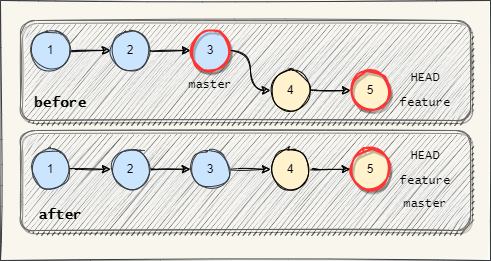
Before: Assets/images/git-merge-fast-forward.png, a diagram exported from draw.io (braboj/tutorial-git). Source tidied: cells renumbered, new cells last; positions are measured from the earlier drawing's top-left corner, leaving out a move shared by most shapes. Source of this version:
```xml
<mxGraphModel>
  <root>
    <mxCell id="0" />
    <mxCell id="1" parent="0" />
    <mxCell id="2" style="rounded=0;whiteSpace=wrap;html=1;sketch=1;fillStyle=solid;fontFamily=Lucida Console;strokeColor=#36393d;fillColor=#f9f7ed;" parent="1" vertex="1">
      <mxGeometry width="490" height="260" as="geometry" />
    </mxCell>
    <mxCell id="3" style="rounded=1;whiteSpace=wrap;html=1;sketch=1;fillStyle=zigzag;fillColor=#f5f5f5;fontColor=#333333;strokeColor=#666666;shadow=1;" parent="1" vertex="1">
      <mxGeometry x="20" y="130" width="450" height="100" as="geometry" />
    </mxCell>
    <mxCell id="4" style="rounded=1;whiteSpace=wrap;html=1;sketch=1;fillStyle=zigzag;fillColor=#f5f5f5;fontColor=#333333;strokeColor=#666666;shadow=1;" parent="1" vertex="1">
      <mxGeometry x="20" y="20" width="450" height="100" as="geometry" />
    </mxCell>
    <mxCell id="5" style="edgeStyle=orthogonalEdgeStyle;rounded=0;jettySize=auto;html=1;entryX=0;entryY=0.5;entryDx=0;entryDy=0;sketch=1;curved=1;" parent="1" edge="1" source="6" target="8">
      <mxGeometry relative="1" as="geometry" />
    </mxCell>
    <mxCell id="6" value="1" style="ellipse;whiteSpace=wrap;html=1;sketch=1;rounded=0;fillColor=#cce5ff;strokeColor=#36393d;fillStyle=solid;" parent="1" vertex="1">
      <mxGeometry x="30" y="30" width="40" height="40" as="geometry" />
    </mxCell>
    <mxCell id="7" style="edgeStyle=orthogonalEdgeStyle;rounded=0;jettySize=auto;html=1;sketch=1;curved=1;" parent="1" edge="1" source="8" target="10">
      <mxGeometry relative="1" as="geometry" />
    </mxCell>
    <mxCell id="8" value="2" style="ellipse;whiteSpace=wrap;html=1;sketch=1;rounded=0;fillColor=#cce5ff;strokeColor=#36393d;fillStyle=solid;" parent="1" vertex="1">
      <mxGeometry x="110" y="30" width="40" height="40" as="geometry" />
    </mxCell>
    <mxCell id="9" style="edgeStyle=orthogonalEdgeStyle;rounded=0;jettySize=auto;html=1;entryX=0;entryY=0.5;entryDx=0;entryDy=0;sketch=1;curved=1;" parent="1" edge="1" source="10" target="12">
      <mxGeometry relative="1" as="geometry" />
    </mxCell>
    <mxCell id="10" value="3" style="ellipse;whiteSpace=wrap;html=1;sketch=1;rounded=0;fillColor=#cce5ff;strokeColor=#FF3333;fillStyle=solid;strokeWidth=2;shadow=1;" parent="1" vertex="1">
      <mxGeometry x="190" y="30" width="40" height="40" as="geometry" />
    </mxCell>
    <mxCell id="11" style="edgeStyle=orthogonalEdgeStyle;rounded=0;jettySize=auto;html=1;sketch=1;curved=1;" parent="1" edge="1" source="12" target="13">
      <mxGeometry relative="1" as="geometry" />
    </mxCell>
    <mxCell id="12" value="4" style="ellipse;whiteSpace=wrap;html=1;sketch=1;rounded=0;fillColor=#fff2cc;strokeColor=#000000;fillStyle=solid;" parent="1" vertex="1">
      <mxGeometry x="270" y="70" width="40" height="40" as="geometry" />
    </mxCell>
    <mxCell id="13" value="5" style="ellipse;whiteSpace=wrap;html=1;sketch=1;rounded=0;fillColor=#fff2cc;strokeColor=#FF3333;fillStyle=solid;strokeWidth=2;shadow=1;" parent="1" vertex="1">
      <mxGeometry x="350" y="70" width="40" height="40" as="geometry" />
    </mxCell>
    <mxCell id="14" value="master" style="text;html=1;strokeColor=none;fillColor=none;align=center;verticalAlign=middle;whiteSpace=wrap;rounded=0;sketch=1;fontFamily=Lucida Console;" parent="1" vertex="1">
      <mxGeometry x="180" y="70" width="60" height="30" as="geometry" />
    </mxCell>
    <mxCell id="15" value="feature" style="text;html=1;strokeColor=none;fillColor=none;align=center;verticalAlign=middle;whiteSpace=wrap;rounded=0;sketch=1;fontFamily=Lucida Console;" parent="1" vertex="1">
      <mxGeometry x="395" y="87.5" width="60" height="30" as="geometry" />
    </mxCell>
    <mxCell id="16" value="HEAD" style="text;html=1;strokeColor=none;fillColor=none;align=center;verticalAlign=middle;whiteSpace=wrap;rounded=0;sketch=1;fontFamily=Lucida Console;" parent="1" vertex="1">
      <mxGeometry x="395" y="62.5" width="60" height="30" as="geometry" />
    </mxCell>
    <mxCell id="17" style="edgeStyle=orthogonalEdgeStyle;rounded=0;jettySize=auto;html=1;entryX=0;entryY=0.5;entryDx=0;entryDy=0;sketch=1;curved=1;" parent="1" edge="1" source="18" target="20">
      <mxGeometry relative="1" as="geometry" />
    </mxCell>
    <mxCell id="18" value="1" style="ellipse;whiteSpace=wrap;html=1;sketch=1;rounded=0;fillColor=#cce5ff;strokeColor=#36393d;fillStyle=solid;" parent="1" vertex="1">
      <mxGeometry x="30" y="148.8" width="40" height="40" as="geometry" />
    </mxCell>
    <mxCell id="19" style="edgeStyle=orthogonalEdgeStyle;rounded=0;jettySize=auto;html=1;sketch=1;curved=1;" parent="1" edge="1" source="20">
      <mxGeometry relative="1" as="geometry">
        <mxPoint x="190" y="168.8" as="targetPoint" />
      </mxGeometry>
    </mxCell>
    <mxCell id="20" value="2" style="ellipse;whiteSpace=wrap;html=1;sketch=1;rounded=0;fillColor=#cce5ff;strokeColor=#36393d;fillStyle=solid;" parent="1" vertex="1">
      <mxGeometry x="110" y="148.8" width="40" height="40" as="geometry" />
    </mxCell>
    <mxCell id="21" style="edgeStyle=orthogonalEdgeStyle;rounded=0;jettySize=auto;html=1;entryX=0;entryY=0.5;entryDx=0;entryDy=0;sketch=1;curved=1;" parent="1" edge="1" target="23">
      <mxGeometry relative="1" as="geometry">
        <mxPoint x="230" y="168.8" as="sourcePoint" />
      </mxGeometry>
    </mxCell>
    <mxCell id="22" style="edgeStyle=orthogonalEdgeStyle;rounded=0;jettySize=auto;html=1;sketch=1;curved=1;" parent="1" edge="1" source="23" target="24">
      <mxGeometry relative="1" as="geometry" />
    </mxCell>
    <mxCell id="23" value="4" style="ellipse;whiteSpace=wrap;html=1;sketch=1;rounded=0;fillColor=#fff2cc;strokeColor=#000000;fillStyle=solid;" parent="1" vertex="1">
      <mxGeometry x="270" y="148.8" width="40" height="40" as="geometry" />
    </mxCell>
    <mxCell id="24" value="5" style="ellipse;whiteSpace=wrap;html=1;sketch=1;rounded=0;fillColor=#fff2cc;strokeColor=#FF3333;fillStyle=solid;strokeWidth=2;shadow=1;" parent="1" vertex="1">
      <mxGeometry x="350" y="148.8" width="40" height="40" as="geometry" />
    </mxCell>
    <mxCell id="25" value="master" style="text;html=1;strokeColor=none;fillColor=none;align=center;verticalAlign=middle;whiteSpace=wrap;rounded=0;sketch=1;fontFamily=Lucida Console;" parent="1" vertex="1">
      <mxGeometry x="395" y="188.8" width="60" height="30" as="geometry" />
    </mxCell>
    <mxCell id="26" value="feature" style="text;html=1;strokeColor=none;fillColor=none;align=center;verticalAlign=middle;whiteSpace=wrap;rounded=0;sketch=1;fontFamily=Lucida Console;" parent="1" vertex="1">
      <mxGeometry x="395" y="166.2" width="60" height="30" as="geometry" />
    </mxCell>
    <mxCell id="27" value="HEAD" style="text;html=1;strokeColor=none;fillColor=none;align=center;verticalAlign=middle;whiteSpace=wrap;rounded=0;sketch=1;fontFamily=Lucida Console;" parent="1" vertex="1">
      <mxGeometry x="395" y="141.2" width="60" height="30" as="geometry" />
    </mxCell>
    <mxCell id="28" value="3" style="ellipse;whiteSpace=wrap;html=1;sketch=1;rounded=0;fillColor=#cce5ff;strokeColor=#36393d;fillStyle=solid;" parent="1" vertex="1">
      <mxGeometry x="190" y="148.8" width="40" height="40" as="geometry" />
    </mxCell>
    <mxCell id="29" value="before" style="text;html=1;strokeColor=none;fillColor=none;align=center;verticalAlign=middle;whiteSpace=wrap;rounded=0;sketch=1;fillStyle=solid;fontFamily=Lucida Console;fontStyle=1;fontSize=14;" parent="1" vertex="1">
      <mxGeometry x="30" y="87.5" width="60" height="30" as="geometry" />
    </mxCell>
    <mxCell id="30" value="after" style="text;html=1;strokeColor=none;fillColor=none;align=center;verticalAlign=middle;whiteSpace=wrap;rounded=0;sketch=1;fillStyle=solid;fontFamily=Lucida Console;fontStyle=1;fontSize=14;" parent="1" vertex="1">
      <mxGeometry x="30" y="200" width="60" height="30" as="geometry" />
    </mxCell>
  </root>
</mxGraphModel>
```
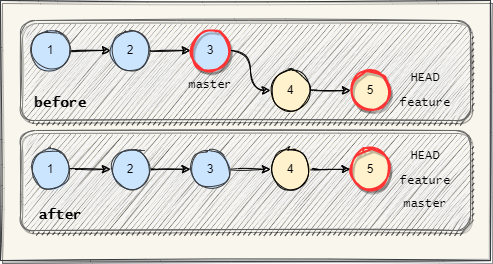
After the commit.

What changed in the source:
```diff
@@ -2,7 +2,7 @@
   <root>
     <mxCell id="0" />
     <mxCell id="1" parent="0" />
-    <mxCell id="2" style="rounded=0;whiteSpace=wrap;html=1;sketch=1;fillStyle=solid;fontFamily=Lucida Console;strokeColor=#36393d;fillColor=#f9f7ed;" parent="1" vertex="1">
+    <mxCell id="2" style="rounded=0;whiteSpace=wrap;html=1;sketch=1;fillStyle=solid;fontFamily=Lucida Console;strokeColor=#36393d;fillColor=#f9f7ed;shadow=1;" parent="1" vertex="1">
       <mxGeometry width="490" height="260" as="geometry" />
     </mxCell>
     <mxCell id="3" style="rounded=1;whiteSpace=wrap;html=1;sketch=1;fillStyle=zigzag;fillColor=#f5f5f5;fontColor=#333333;strokeColor=#666666;shadow=1;" parent="1" vertex="1">
```
